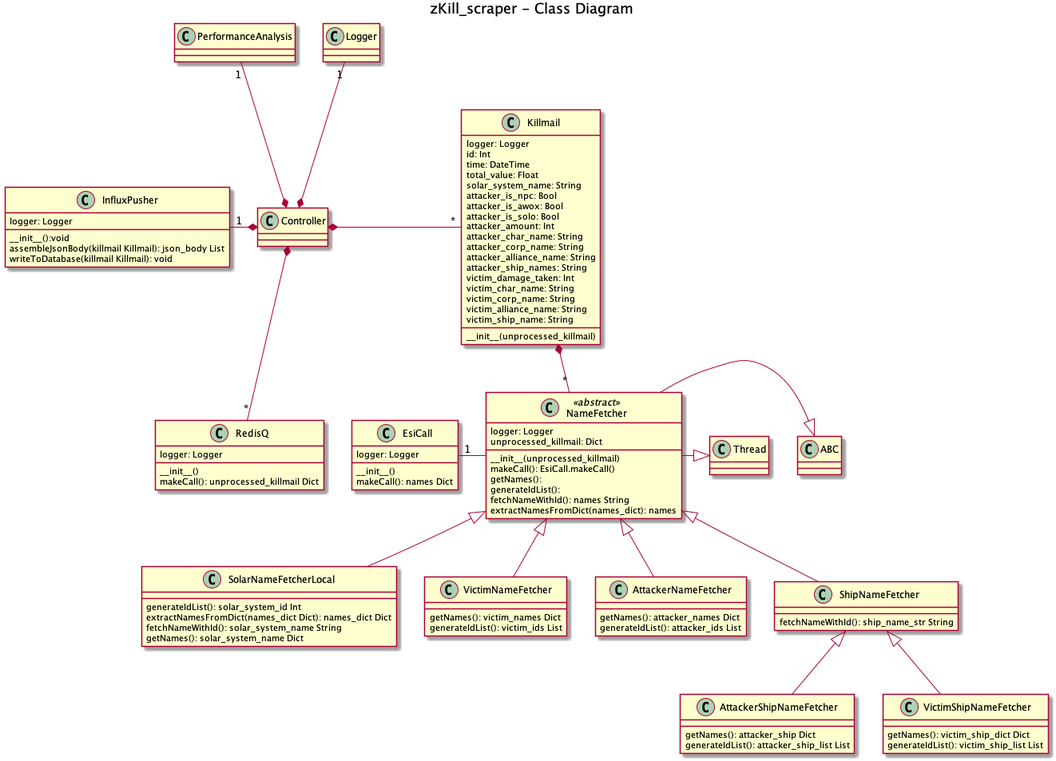
Earlier version of the PlantUML export UML.png (leonahess/zFlux).
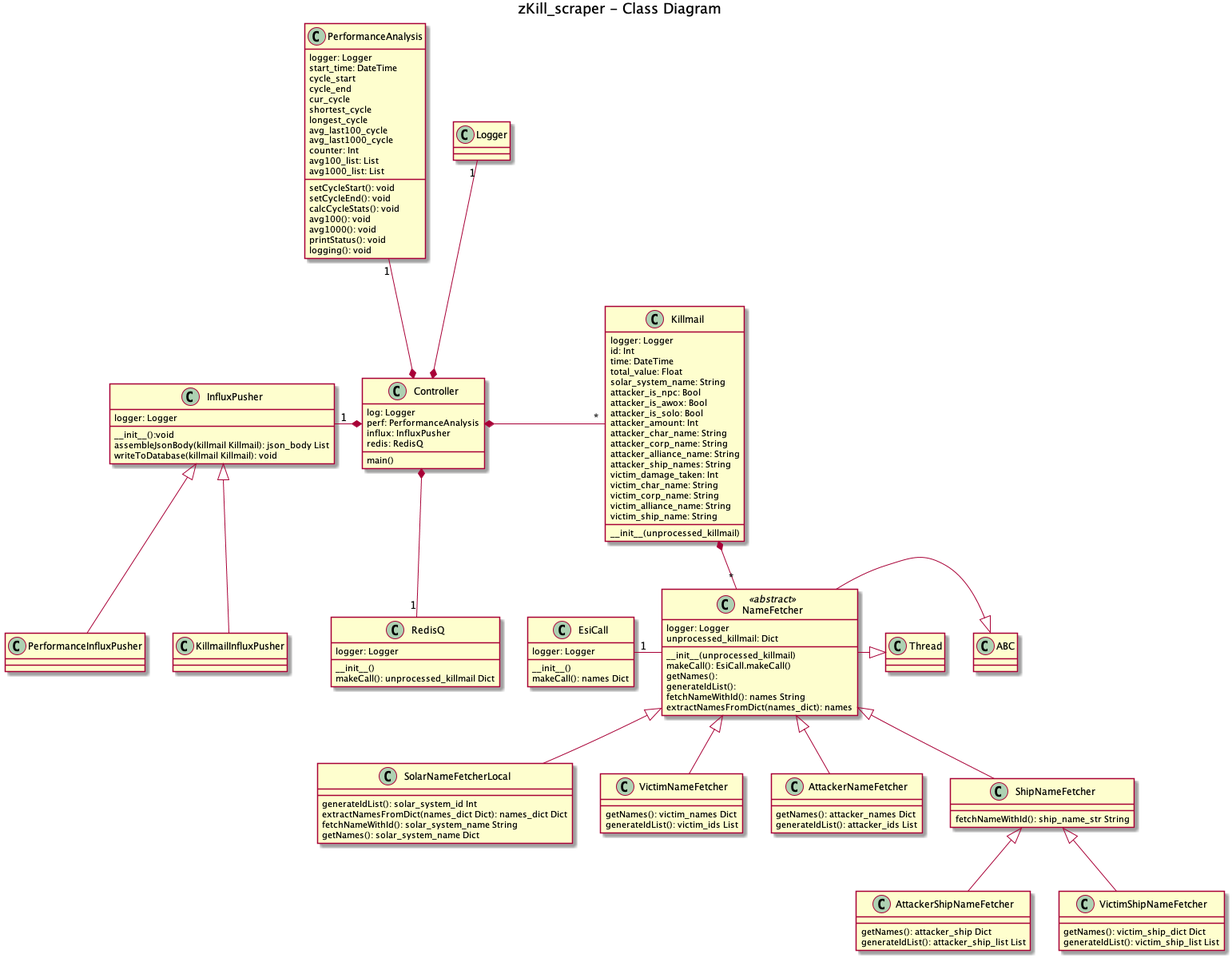
Later version of the same file.

Commit message:
added Controller class to replace main.py

Change to the diagram source:
```diff
@@ -5,7 +5,14 @@
 class Thread
 class ABC
 
-class Controller
+class Controller{
+    log: Logger
+    perf: PerformanceAnalysis
+    influx: InfluxPusher
+    redis: RedisQ
+
+    main()
+}
 
 class Killmail {
     logger: Logger
@@ -32,7 +39,28 @@
 }
 
 class Logger
-class PerformanceAnalysis
+class PerformanceAnalysis{
+    logger: Logger
+    start_time: DateTime
+    cycle_start
+    cycle_end
+    cur_cycle
+    shortest_cycle
+    longest_cycle
+    avg_last100_cycle
+    avg_last1000_cycle
+    counter: Int
+    avg100_list: List
+    avg1000_list: List
+
+    setCycleStart(): void
+    setCycleEnd(): void
+    calcCycleStats(): void
+    avg100(): void
+    avg1000(): void
+    printStatus(): void
+    logging(): void
+}
 
 class InfluxPusher{
     logger: Logger
@@ -41,6 +69,9 @@
     writeToDatabase(killmail Killmail): void
 
 }
+
+class PerformanceInfluxPusher
+class KillmailInfluxPusher
 
 class RedisQ{
     logger: Logger
@@ -109,9 +140,12 @@
 
 NameFetcher -left- "1" EsiCall
 
+InfluxPusher <|-down- PerformanceInfluxPusher
+InfluxPusher <|-down- KillmailInfluxPusher
+
 Controller *-up- "1" Logger
 Controller *-up- "1" PerformanceAnalysis
-Controller *-down- "*" RedisQ
+Controller *-down- "1" RedisQ
 Controller *-right- "*" Killmail
 Controller *-left- "1" InfluxPusher
 Killmail *-down- "*" NameFetcher
```
